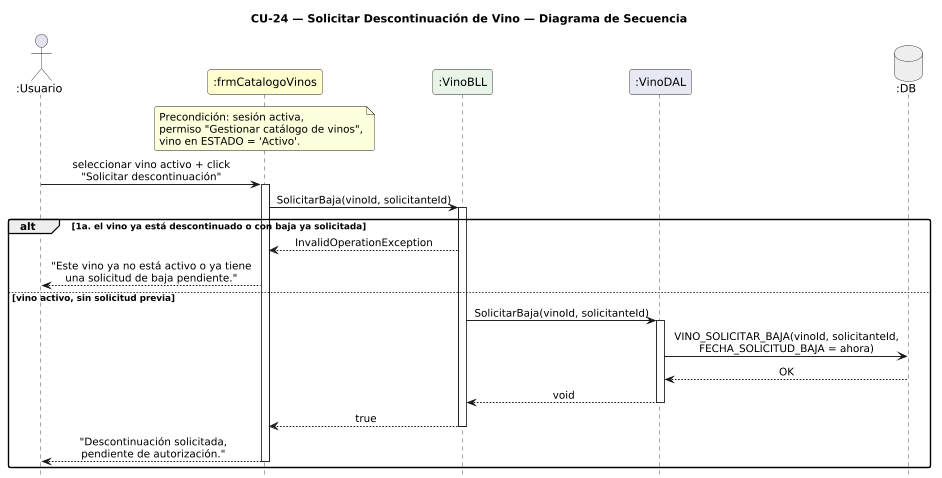
This is DIAGRAMAS/DiagramaSecuencia_CU24_SolicitarDescontinuacion.png from Jesifu/club-de-vinos-td, a PlantUML export, as it was before one commit.
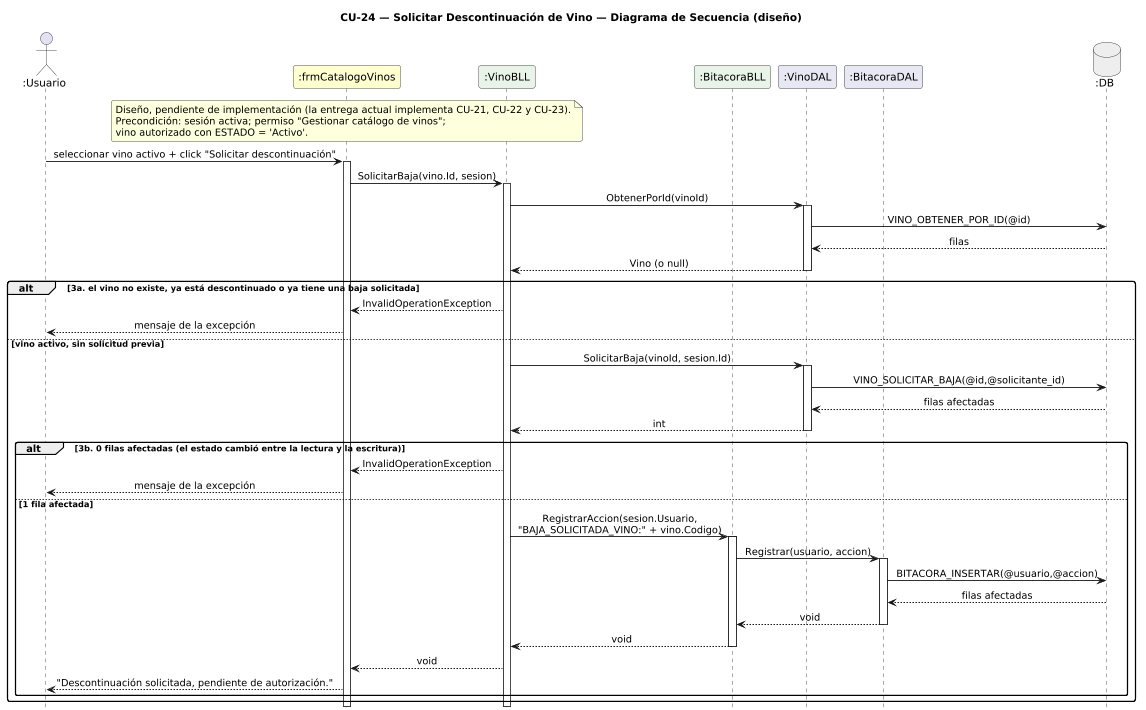
The same diagram one commit later.

Change to the diagram source:
```diff
@@ -1,45 +1,69 @@
 @startuml DiagramaSecuencia_CU24_SolicitarDescontinuacion
 
-title CU-24 — Solicitar Descontinuación de Vino — Diagrama de Secuencia
+title CU-24 — Solicitar Descontinuación de Vino — Diagrama de Secuencia (diseño)
 
 skinparam shadowing false
 skinparam roundcorner 6
 skinparam sequenceArrowThickness 1.2
 skinparam sequenceMessageAlign center
 hide footbox
-scale 0.8
+scale 0.75
 
-actor       ":Usuario"              as U
-participant ":frmCatalogoVinos"     as FC #FEFECE
-participant ":VinoBLL"              as VB #E8F4E8
-participant ":VinoDAL"              as VD #E8E8F4
-database    ":DB"                   as DB #EEEEEE
+actor       ":Usuario"             as U
+participant ":frmCatalogoVinos"    as FC #FEFECE
+participant ":VinoBLL"             as VB #E8F4E8
+participant ":BitacoraBLL"         as BB #E8F4E8
+participant ":VinoDAL"             as VD #E8E8F4
+participant ":BitacoraDAL"         as TD #E8E8F4
+database    ":DB"                  as DB #EEEEEE
 
 note over FC
-  Precondición: sesión activa,
-  permiso "Gestionar catálogo de vinos",
-  vino en ESTADO = 'Activo'.
+  Diseño, pendiente de implementación (la entrega actual implementa CU-21, CU-22 y CU-23).
+  Precondición: sesión activa; permiso "Gestionar catálogo de vinos";
+  vino autorizado con ESTADO = 'Activo'.
 end note
 
-U -> FC : seleccionar vino activo + click\n"Solicitar descontinuación"
+U -> FC : seleccionar vino activo + click "Solicitar descontinuación"
 activate FC
-FC -> VB : SolicitarBaja(vinoId, solicitanteId)
+FC -> VB : SolicitarBaja(vino.Id, sesion)
 activate VB
+VB -> VD : ObtenerPorId(vinoId)
+activate VD
+VD -> DB : VINO_OBTENER_POR_ID(@id)
+DB --> VD : filas
+VD --> VB : Vino (o null)
+deactivate VD
 
-alt 1a. el vino ya está descontinuado o con baja ya solicitada
+alt 3a. el vino no existe, ya está descontinuado o ya tiene una baja solicitada
   VB --> FC : InvalidOperationException
-  FC --> U : "Este vino ya no está activo o ya tiene\nuna solicitud de baja pendiente."
+  FC --> U : mensaje de la excepción
 else vino activo, sin solicitud previa
-  VB -> VD : SolicitarBaja(vinoId, solicitanteId)
+  VB -> VD : SolicitarBaja(vinoId, sesion.Id)
   activate VD
-  VD -> DB : VINO_SOLICITAR_BAJA(vinoId, solicitanteId,\nFECHA_SOLICITUD_BAJA = ahora)
-  DB --> VD : OK
-  VD --> VB : void
+  VD -> DB : VINO_SOLICITAR_BAJA(@id,@solicitante_id)
+  DB --> VD : filas afectadas
+  VD --> VB : int
   deactivate VD
-  VB --> FC : true
-  deactivate VB
-  FC --> U : "Descontinuación solicitada,\npendiente de autorización."
-  deactivate FC
+
+  alt 3b. 0 filas afectadas (el estado cambió entre la lectura y la escritura)
+    VB --> FC : InvalidOperationException
+    FC --> U : mensaje de la excepción
+  else 1 fila afectada
+    VB -> BB : RegistrarAccion(sesion.Usuario,\n"BAJA_SOLICITADA_VINO:" + vino.Codigo)
+    activate BB
+    BB -> TD : Registrar(usuario, accion)
+    activate TD
+    TD -> DB : BITACORA_INSERTAR(@usuario,@accion)
+    DB --> TD : filas afectadas
+    TD --> BB : void
+    deactivate TD
+    BB --> VB : void
+    deactivate BB
+    VB --> FC : void
+    FC --> U : "Descontinuación solicitada, pendiente de autorización."
+  end
 end
+deactivate VB
+deactivate FC
 
 @enduml
```
